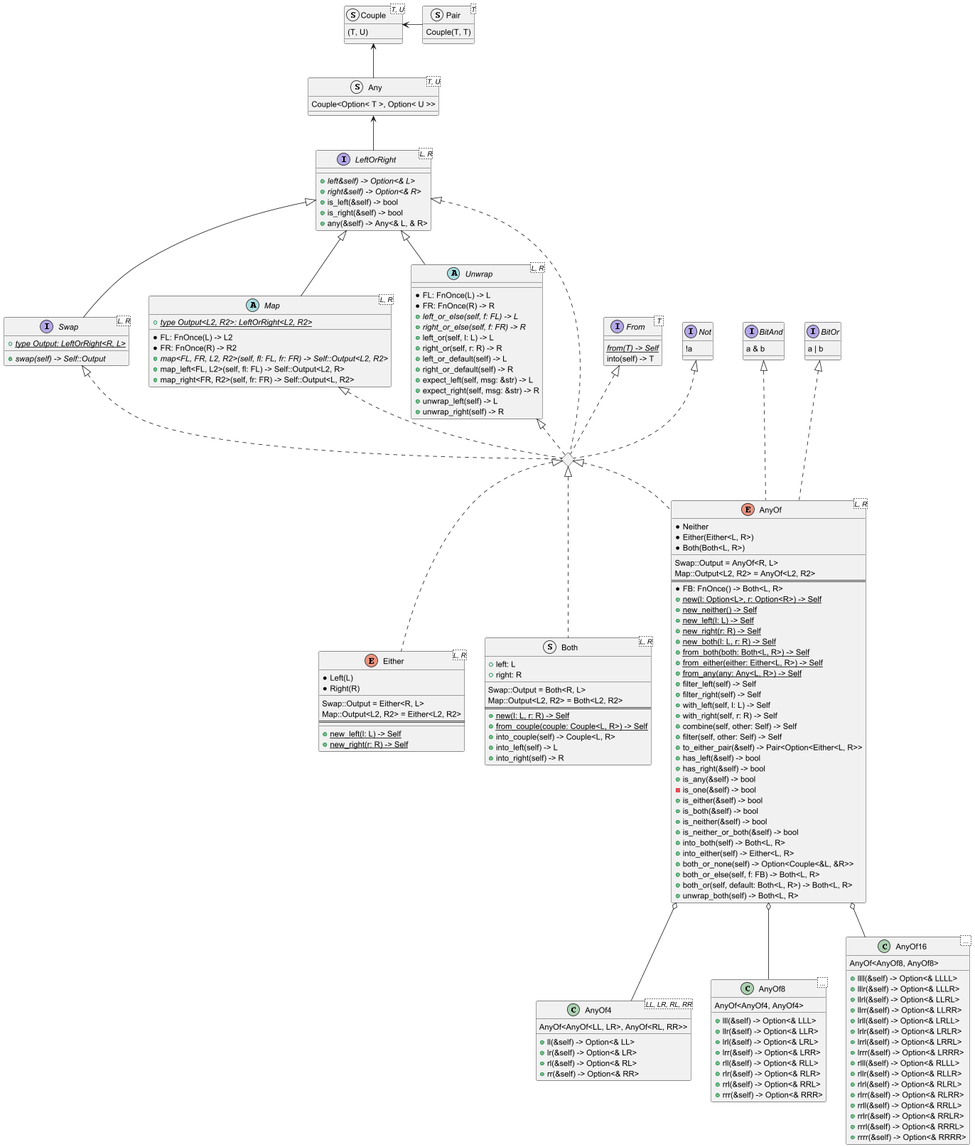
Before: doc/any_of-type-diagram.png, a diagram exported from PlantUML (Trehinos/any_of).
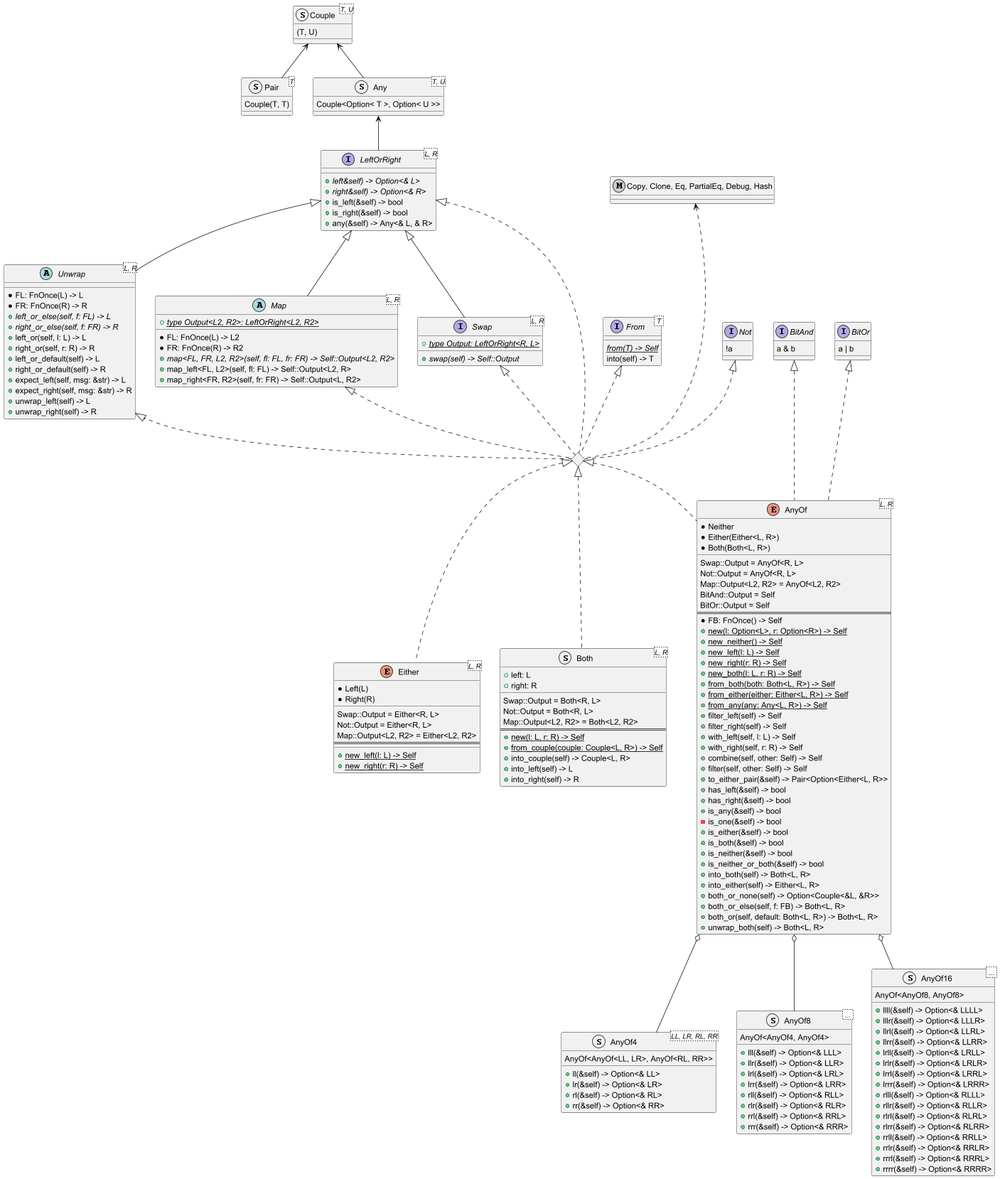
Later version of the same file.

Commit message:
Update UML diagrams to fix associations and expand definitions

Fixed diagram connections and clarified relationships between structures like `AnyOf`, `AnyOf4`, `AnyOf8`, and `AnyOf16`. Added support for `BitAnd` and `BitOr` operations within `AnyOf`.

Changes:
- Corrected `AnyOf` relationships and added `BitAnd`/`BitOr` outputs.
- Replaced `AnyOf4`, `AnyOf8`, and `AnyOf16` class definitions with `struct`.
- Adjusted inheritance and meta-class definitions linking `Copy`, `Clone`, etc.

Change to the diagram source:
```diff
@@ -1,5 +1,4 @@
 @startuml
-
 struct Couple<T, U> {
     (T, U)
     __
@@ -8,7 +7,7 @@
     Couple(T, T)
     __
 }
-Couple <- Pair
+Couple <-- Pair
 
 struct Any<T, U> {
     Couple<Option< T >, Option< U >>
@@ -22,24 +21,6 @@
     + is_left(&self) -> bool
     + is_right(&self) -> bool
     + any(&self) -> Any<& L, & R>
-}
-
-LeftOrRight <|-- Swap
-interface Swap<L, R> {
-    + {abstract}{static} type Output: LeftOrRight<R, L>
-    __
-    + {abstract} swap(self) -> Self::Output
-}
-
-LeftOrRight <|-- Map
-abstract Map<L, R> {
-    + {abstract}{static} type Output<L2, R2>: LeftOrRight<L2, R2>
-    __
-    * FL: FnOnce(L) -> L2
-    * FR: FnOnce(R) -> R2
-    + {abstract} map<FL, FR, L2, R2>(self, fl: FL, fr: FR) -> Self::Output<L2, R2>
-    + map_left<FL, L2>(self, fl: FL) -> Self::Output<L2, R>
-    + map_right<FR, R2>(self, fr: FR) -> Self::Output<L, R2>
 }
 
 LeftOrRight <|-- Unwrap
@@ -57,23 +38,43 @@
     + unwrap_left(self) -> L
     + unwrap_right(self) -> R
 }
+LeftOrRight <|-- Map
+abstract Map<L, R> {
+    + {abstract}{static} type Output<L2, R2>: LeftOrRight<L2, R2>
+    __
+    * FL: FnOnce(L) -> L2
+    * FR: FnOnce(R) -> R2
+    + {abstract} map<FL, FR, L2, R2>(self, fl: FL, fr: FR) -> Self::Output<L2, R2>
+    + map_left<FL, L2>(self, fl: FL) -> Self::Output<L2, R>
+    + map_right<FR, R2>(self, fr: FR) -> Self::Output<L, R2>
+}
 
-diamond "LeftOrRight+Swap+Map+Unwrap+Not"
+LeftOrRight <|-- Swap
+interface Swap<L, R> {
+    + {abstract}{static} type Output: LeftOrRight<R, L>
+    __
+    + {abstract} swap(self) -> Self::Output
+}
 
+interface From< T > {
+    {abstract} {static} from(T) -> Self
+    into(self) -> T
+}
+metaclass "Copy, Clone, Eq, PartialEq, Debug, Hash"
+interface Not {
+    !a
+}
 interface BitAnd {
     a & b
 }
 interface BitOr {
     a | b
 }
-interface From< T > {
-    {abstract} {static} from(T) -> Self
-    into(self) -> T
-}
-interface Not {
-    !a
-}
 
+diamond "LeftOrRight+Swap+Map+Unwrap+Not"
+
+
+"Copy, Clone, Eq, PartialEq, Debug, Hash" <... "LeftOrRight+Swap+Map+Unwrap+Not"
 Not <|.. "LeftOrRight+Swap+Map+Unwrap+Not"
 From <|.. "LeftOrRight+Swap+Map+Unwrap+Not"
 LeftOrRight <|.. "LeftOrRight+Swap+Map+Unwrap+Not"
@@ -87,6 +88,7 @@
     * Right(R)
     __
     Swap::Output = Either<R, L>
+    Not::Output = Either<R, L>
     Map::Output<L2, R2> = Either<L2, R2>
     ==
     __
@@ -99,6 +101,7 @@
     + right: R
     __
     Swap::Output = Both<R, L>
+    Not::Output = Both<R, L>
     Map::Output<L2, R2> = Both<L2, R2>
     ==
     + {static} new(l: L, r: R) -> Self
@@ -118,9 +121,12 @@
     * Both(Both<L, R>)
     __
     Swap::Output = AnyOf<R, L>
+    Not::Output = AnyOf<R, L>
     Map::Output<L2, R2> = AnyOf<L2, R2>
+    BitAnd::Output = Self
+    BitOr::Output = Self
     ==
-    * FB: FnOnce() -> Both<L, R>
+    * FB: FnOnce() -> Self
     + {static} new(l: Option<L>, r: Option<R>) -> Self
     + {static} new_neither() -> Self
     + {static} new_left(l: L) -> Self
@@ -152,8 +158,7 @@
     + unwrap_both(self) -> Both<L, R>
 }
 
-AnyOf o-- AnyOf4
-class AnyOf4<LL, LR, RL, RR> {
+struct AnyOf4<LL, LR, RL, RR> {
     AnyOf<AnyOf<LL, LR>, AnyOf<RL, RR>>
     __
     + ll(&self) -> Option<& LL>
@@ -161,8 +166,8 @@
     + rl(&self) -> Option<& RL>
     + rr(&self) -> Option<& RR>
 }
-AnyOf o-- AnyOf8
-class AnyOf8< ... > {
+AnyOf o-- AnyOf4
+struct AnyOf8< ... > {
     AnyOf<AnyOf4, AnyOf4>
     __
     + lll(&self) -> Option<& LLL>
@@ -174,8 +179,8 @@
     + rrl(&self) -> Option<& RRL>
     + rrr(&self) -> Option<& RRR>
 }
-AnyOf o-- AnyOf16
-class AnyOf16< ... > {
+AnyOf o-- AnyOf8
+struct AnyOf16< ... > {
     AnyOf<AnyOf8, AnyOf8>
     __
     + llll(&self) -> Option<& LLLL>
@@ -195,5 +200,6 @@
     + rrrl(&self) -> Option<& RRRL>
     + rrrr(&self) -> Option<& RRRR>
 }
+AnyOf o-- AnyOf16
 
 @enduml
```
